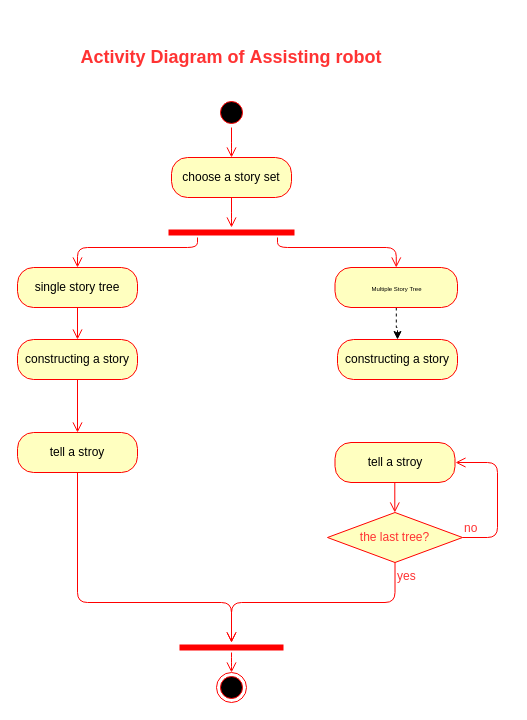
The draw.io diagram page "Activity Diagram" (7 of 7) of Untitled Diagram.drawio in chewwwyong/dosomethingexcel, before the edit. Source tidied: cells renumbered, new cells numbered last; positions are measured from the earlier drawing's top-left corner, leaving out a move shared by most shapes. Both pictures are drawn from the tidied source at 100%, with x=0, y=0 at pixel (17, 17).
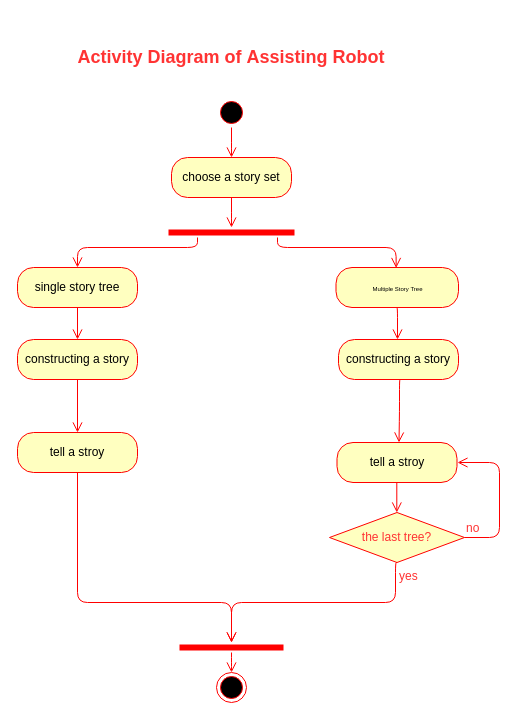
The same page after the edit.

Diff of the diagram source:
```diff
@@
-    <mxCell id="8" style="edgeStyle=orthogonalEdgeStyle;html=1;verticalAlign=bottom;endArrow=open;endSize=8;strokeColor=#ff0000;fontSize=12;fontColor=#FF3333;entryX=0.5;entryY=0;entryDx=0;entryDy=0;" parent="1" edge="1" target="12">
+    <mxCell id="8" style="edgeStyle=orthogonalEdgeStyle;html=1;verticalAlign=bottom;endArrow=open;endSize=8;strokeColor=#ff0000;fontSize=12;fontColor=#FF3333;entryX=0.491;entryY=0.012;entryDx=0;entryDy=0;entryPerimeter=0;" parent="1" edge="1" target="12">
       <mxGeometry relative="1" as="geometry">
         <mxPoint x="260" y="220" as="sourcePoint" />
         <Array as="points">
           <mxPoint x="260" y="230" />
           <mxPoint x="378" y="230" />
-          <mxPoint x="378" y="250" />
+          <mxPoint x="378" y="251" />
         </Array>
       </mxGeometry>
     </mxCell>
@@
-    <mxCell id="11" style="edgeStyle=orthogonalEdgeStyle;rounded=0;jettySize=auto;html=1;entryX=0.5;entryY=0;entryDx=0;entryDy=0;dashed=1;fontSize=14;startArrow=none;startFill=0;endArrow=classic;endFill=1;" parent="1" edge="1" source="12" target="26">
-      <mxGeometry relative="1" as="geometry" />
+    <mxCell id="11" style="edgeStyle=orthogonalEdgeStyle;rounded=1;orthogonalLoop=1;jettySize=auto;html=1;entryX=0.5;entryY=0;entryDx=0;entryDy=0;fontSize=12;startArrow=none;endArrow=open;fontColor=#FF3333;verticalAlign=bottom;strokeColor=#ff0000;endSize=8;" parent="1" edge="1">
+      <mxGeometry relative="1" as="geometry">
+        <mxPoint x="378.8" y="290" as="sourcePoint" />
+        <mxPoint x="380" y="322" as="targetPoint" />
+      </mxGeometry>
     </mxCell>
     <mxCell id="12" value="&lt;font style=&quot;font-size: 6px&quot;&gt;Multiple Story Tree&lt;/font&gt;" style="rounded=1;whiteSpace=wrap;html=1;arcSize=40;fontColor=#000000;fillColor=#ffffc0;strokeColor=#ff0000;labelBackgroundColor=none;fontSize=12;" parent="1" vertex="1">
-      <mxGeometry x="317.5" y="250" width="122.5" height="40" as="geometry" />
+      <mxGeometry x="318.5" y="250" width="122.5" height="40" as="geometry" />
     </mxCell>
     <mxCell id="13" value="the last tree?" style="rhombus;whiteSpace=wrap;html=1;fillColor=#ffffc0;strokeColor=#ff0000;labelBackgroundColor=none;fontSize=12;fontColor=#FF3333;" parent="1" vertex="1">
-      <mxGeometry x="310" y="495" width="135" height="50" as="geometry" />
+      <mxGeometry x="312" y="495" width="135" height="50" as="geometry" />
     </mxCell>
     <mxCell id="14" value="no" style="edgeStyle=orthogonalEdgeStyle;html=1;align=left;verticalAlign=bottom;endArrow=open;endSize=8;strokeColor=#ff0000;fontSize=12;fontColor=#FF3333;" parent="1" edge="1" source="13">
       <mxGeometry x="-1" relative="1" as="geometry">
-        <mxPoint x="438" y="445" as="targetPoint" />
+        <mxPoint x="440" y="445" as="targetPoint" />
         <Array as="points">
-          <mxPoint x="480" y="520" />
-          <mxPoint x="480" y="445" />
+          <mxPoint x="482" y="520" />
+          <mxPoint x="482" y="445" />
         </Array>
       </mxGeometry>
     </mxCell>
@@
     <mxCell id="21" value="tell a stroy" style="rounded=1;whiteSpace=wrap;html=1;arcSize=40;fontColor=#000000;fillColor=#ffffc0;strokeColor=#ff0000;labelBackgroundColor=none;fontSize=12;" parent="1" vertex="1">
-      <mxGeometry x="317.5" y="425" width="120" height="40" as="geometry" />
+      <mxGeometry x="319.5" y="425" width="120" height="40" as="geometry" />
     </mxCell>
     <mxCell id="22" style="edgeStyle=orthogonalEdgeStyle;html=1;verticalAlign=bottom;endArrow=open;endSize=8;strokeColor=#ff0000;fontSize=12;fontColor=#FF3333;" parent="1" edge="1">
       <mxGeometry relative="1" as="geometry">
-        <mxPoint x="377.3" y="465" as="sourcePoint" />
-        <mxPoint x="377.3" y="495" as="targetPoint" />
+        <mxPoint x="379.3" y="465" as="sourcePoint" />
+        <mxPoint x="379.3" y="495" as="targetPoint" />
       </mxGeometry>
     </mxCell>
-    <mxCell id="23" value="&lt;span style=&quot;font-size: 18px&quot;&gt;Activity Diagram&amp;nbsp;&lt;/span&gt;&lt;span style=&quot;font-size: 18px&quot;&gt;of&amp;nbsp;&lt;/span&gt;&lt;span style=&quot;font-size: 18px&quot;&gt;Assisting robot&lt;/span&gt;" style="text;html=1;strokeColor=none;fillColor=none;align=center;verticalAlign=middle;whiteSpace=wrap;rounded=0;labelBackgroundColor=none;fontSize=12;fontColor=#FF3333;fontStyle=1;" parent="1" vertex="1">
+    <mxCell id="23" value="&lt;span style=&quot;font-size: 18px&quot;&gt;Activity Diagram&amp;nbsp;&lt;/span&gt;&lt;span style=&quot;font-size: 18px&quot;&gt;of&amp;nbsp;&lt;/span&gt;&lt;span style=&quot;font-size: 18px&quot;&gt;Assisting Robot&lt;/span&gt;" style="text;html=1;strokeColor=none;fillColor=none;align=center;verticalAlign=middle;whiteSpace=wrap;rounded=0;labelBackgroundColor=none;fontSize=12;fontColor=#FF3333;fontStyle=1;" parent="1" vertex="1">
       <mxGeometry x="54" width="320" height="80" as="geometry" />
     </mxCell>
@@
+    <mxCell id="27" style="edgeStyle=orthogonalEdgeStyle;rounded=1;orthogonalLoop=1;jettySize=auto;html=1;fontSize=12;startArrow=none;endArrow=open;fontColor=#FF3333;verticalAlign=bottom;strokeColor=#ff0000;endSize=8;" parent="1" edge="1">
+      <mxGeometry relative="1" as="geometry">
+        <mxPoint x="383" y="362" as="sourcePoint" />
+        <mxPoint x="381.5" y="425" as="targetPoint" />
+        <Array as="points">
+          <mxPoint x="382" y="362" />
+          <mxPoint x="382" y="394" />
+          <mxPoint x="382" y="394" />
+        </Array>
+      </mxGeometry>
+    </mxCell>
     <mxCell id="26" value="constructing a story" style="rounded=1;whiteSpace=wrap;html=1;arcSize=40;fontColor=#000000;fillColor=#ffffc0;strokeColor=#ff0000;labelBackgroundColor=none;fontSize=12;" parent="1" vertex="1">
-      <mxGeometry x="320" y="322" width="120" height="40" as="geometry" />
+      <mxGeometry x="321" y="322" width="120" height="40" as="geometry" />
     </mxCell>
```
